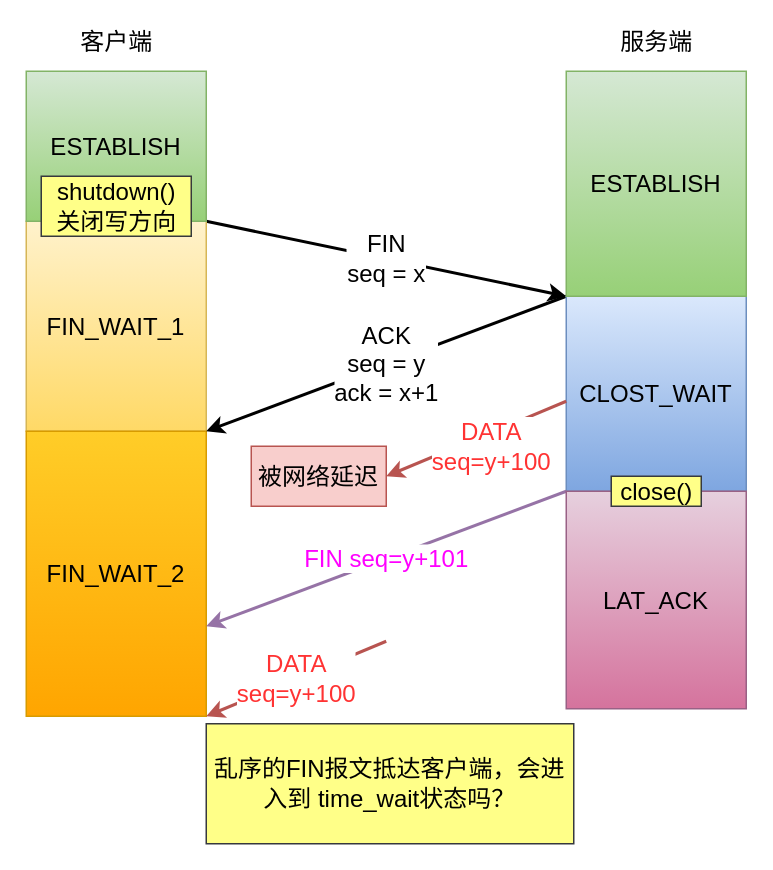
This is 杂/tcp乱序处理.drawio from xiaolincoder/ImageHost4, a draw.io file, before an edit. Source tidied: cells renumbered, new cells numbered last; positions are measured from the earlier drawing's top-left corner, leaving out a move shared by most shapes. Both pictures are drawn from the tidied source at 150%, with x=0, y=0 at pixel (26, 26).
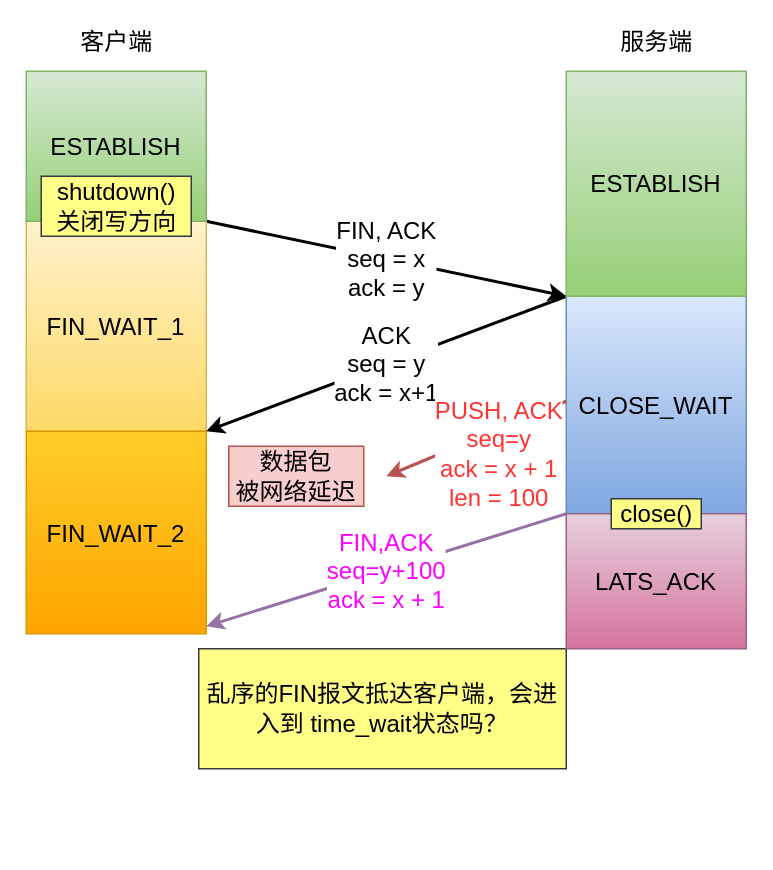
The same diagram, later.

Commit message (it also covers changes not shown here):
更新tcp乱序处理.drawio

Unchanged cells that the change refers to:
```xml
<mxCell id="4" value="FIN_WAIT_1" style="rounded=0;whiteSpace=wrap;html=1;fontSize=16;gradientColor=#ffd966;fillColor=#fff2cc;strokeColor=#d6b656;" parent="1" vertex="1">
  <mxGeometry y="130" width="120" height="140" as="geometry" />
</mxCell>
```

Diff of the diagram source:
```diff
@@
     <mxCell id="2" value="乱序的FIN报文抵达客户端，会进入到 time_wait状态吗？" style="rounded=0;whiteSpace=wrap;html=1;fontSize=16;fillColor=#ffff88;strokeColor=#36393d;" parent="1" vertex="1">
-      <mxGeometry x="120" y="465" width="245" height="80" as="geometry" />
+      <mxGeometry x="115" y="415" width="245" height="80" as="geometry" />
     </mxCell>
-    <mxCell id="3" value="FIN &lt;br&gt;seq = x" style="rounded=0;jettySize=auto;html=1;entryX=0;entryY=0;entryDx=0;entryDy=0;fontSize=16;exitX=1;exitY=0;exitDx=0;exitDy=0;strokeWidth=2;" parent="1" edge="1" source="4" target="8">
+    <mxCell id="3" value="FIN, ACK&lt;br&gt;seq = x&lt;br&gt;ack = y" style="rounded=0;jettySize=auto;html=1;entryX=0;entryY=0;entryDx=0;entryDy=0;fontSize=16;exitX=1;exitY=0;exitDx=0;exitDy=0;strokeWidth=2;" parent="1" edge="1" source="4" target="8">
       <mxGeometry relative="1" as="geometry" />
     </mxCell>
@@
     <mxCell id="5" value="FIN_WAIT_2" style="rounded=0;whiteSpace=wrap;html=1;fontSize=16;gradientColor=#ffa500;fillColor=#ffcd28;strokeColor=#d79b00;" parent="1" vertex="1">
-      <mxGeometry y="270" width="120" height="190" as="geometry" />
+      <mxGeometry y="270" width="120" height="135" as="geometry" />
     </mxCell>
@@
-    <mxCell id="8" value="CLOST_WAIT" style="rounded=0;whiteSpace=wrap;html=1;fontSize=16;gradientColor=#7ea6e0;fillColor=#dae8fc;strokeColor=#6c8ebf;" parent="1" vertex="1">
-      <mxGeometry x="360" y="180" width="120" height="130" as="geometry" />
+    <mxCell id="8" value="CLOSE_WAIT" style="rounded=0;whiteSpace=wrap;html=1;fontSize=16;gradientColor=#7ea6e0;fillColor=#dae8fc;strokeColor=#6c8ebf;" parent="1" vertex="1">
+      <mxGeometry x="360" y="180" width="120" height="145" as="geometry" />
     </mxCell>
-    <mxCell id="9" value="&lt;font color=&quot;#ff00ff&quot;&gt;FIN seq=y+101&lt;br&gt;&lt;/font&gt;" style="edgeStyle=none;rounded=0;jettySize=auto;html=1;fontSize=16;exitX=0;exitY=0;exitDx=0;exitDy=0;strokeWidth=2;fillColor=#e1d5e7;strokeColor=#9673a6;" parent="1" edge="1" source="10">
+    <mxCell id="9" value="&lt;font color=&quot;#ff00ff&quot;&gt;FIN,ACK&lt;br&gt;seq=y+100&lt;br&gt;ack = x + 1&lt;br&gt;&lt;/font&gt;" style="edgeStyle=none;rounded=0;jettySize=auto;html=1;fontSize=16;exitX=0;exitY=0;exitDx=0;exitDy=0;strokeWidth=2;fillColor=#e1d5e7;strokeColor=#9673a6;" parent="1" edge="1" source="10">
       <mxGeometry relative="1" as="geometry">
         <mxPoint x="120" y="400" as="targetPoint" />
       </mxGeometry>
     </mxCell>
-    <mxCell id="10" value="LAT_ACK" style="rounded=0;whiteSpace=wrap;html=1;fontSize=16;gradientColor=#d5739d;fillColor=#e6d0de;strokeColor=#996185;" parent="1" vertex="1">
-      <mxGeometry x="360" y="310" width="120" height="145" as="geometry" />
+    <mxCell id="10" value="LATS_ACK" style="rounded=0;whiteSpace=wrap;html=1;fontSize=16;gradientColor=#d5739d;fillColor=#e6d0de;strokeColor=#996185;" parent="1" vertex="1">
+      <mxGeometry x="360" y="325" width="120" height="90" as="geometry" />
     </mxCell>
     <mxCell id="11" value="close()" style="text;html=1;align=center;verticalAlign=middle;strokeColor=#36393d;fillColor=#ffff88;fontSize=16;" parent="1" vertex="1">
-      <mxGeometry x="390" y="300" width="60" height="20" as="geometry" />
+      <mxGeometry x="390" y="315" width="60" height="20" as="geometry" />
     </mxCell>
-    <mxCell id="12" value="&lt;font color=&quot;#ff3333&quot;&gt;DATA&lt;br&gt;seq=y+100&lt;br&gt;&lt;/font&gt;" style="edgeStyle=none;rounded=0;orthogonalLoop=1;jettySize=auto;html=1;fontSize=16;strokeWidth=2;fillColor=#f8cecc;strokeColor=#b85450;" parent="1" edge="1">
-      <mxGeometry x="-0.11" y="8" relative="1" as="geometry">
+    <mxCell id="12" value="&lt;font color=&quot;#ff3333&quot;&gt;PUSH, ACK&lt;br&gt;seq=y&lt;br&gt;ack = x + 1&lt;br&gt;len = 100&lt;br&gt;&lt;/font&gt;" style="edgeStyle=none;rounded=0;orthogonalLoop=1;jettySize=auto;html=1;fontSize=16;strokeWidth=2;fillColor=#f8cecc;strokeColor=#b85450;" parent="1" edge="1">
+      <mxGeometry x="-0.15" y="15" relative="1" as="geometry">
         <mxPoint x="360" y="250" as="sourcePoint" />
         <mxPoint x="240" y="300" as="targetPoint" />
       </mxGeometry>
     </mxCell>
@@
-    <mxCell id="19" value="被网络延迟" style="rounded=0;whiteSpace=wrap;html=1;fontSize=16;fillColor=#f8cecc;strokeColor=#b85450;" parent="1" vertex="1">
-      <mxGeometry x="150" y="280" width="90" height="40" as="geometry" />
+    <mxCell id="19" value="数据包&lt;br&gt;被网络延迟" style="rounded=0;whiteSpace=wrap;html=1;fontSize=16;fillColor=#f8cecc;strokeColor=#b85450;" parent="1" vertex="1">
+      <mxGeometry x="135" y="280" width="90" height="40" as="geometry" />
     </mxCell>
-    <mxCell id="20" value="&lt;span style=&quot;color: rgb(255 , 51 , 51)&quot;&gt;DATA&lt;/span&gt;&lt;br style=&quot;color: rgb(255 , 51 , 51)&quot;&gt;&lt;span style=&quot;color: rgb(255 , 51 , 51)&quot;&gt;seq=y+100&lt;/span&gt;&lt;font color=&quot;#ff3333&quot;&gt;&lt;br&gt;&lt;/font&gt;" style="edgeStyle=none;rounded=0;orthogonalLoop=1;jettySize=auto;html=1;fontSize=16;strokeWidth=2;fillColor=#f8cecc;strokeColor=#b85450;" parent="1" edge="1">
-      <mxGeometry relative="1" as="geometry">
-        <mxPoint x="240" y="410" as="sourcePoint" />
-        <mxPoint x="120" y="460" as="targetPoint" />
-      </mxGeometry>
-    </mxCell>
```
